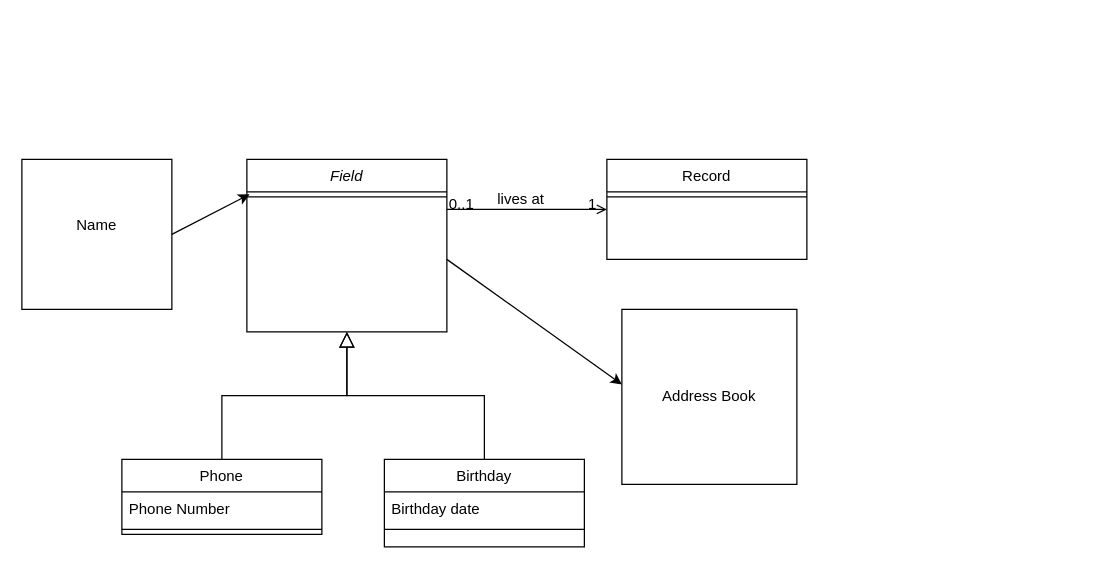
Earlier version of the draw.io diagram Диаграмма без названия.drawio (sologen1982/goit-pycore-hw-08). Source tidied: cells renumbered, new cells numbered last; positions are measured from the earlier drawing's top-left corner, leaving out a move shared by most shapes. Both pictures are drawn from the tidied source at 125%, with x=0, y=0 at pixel (21, 159).
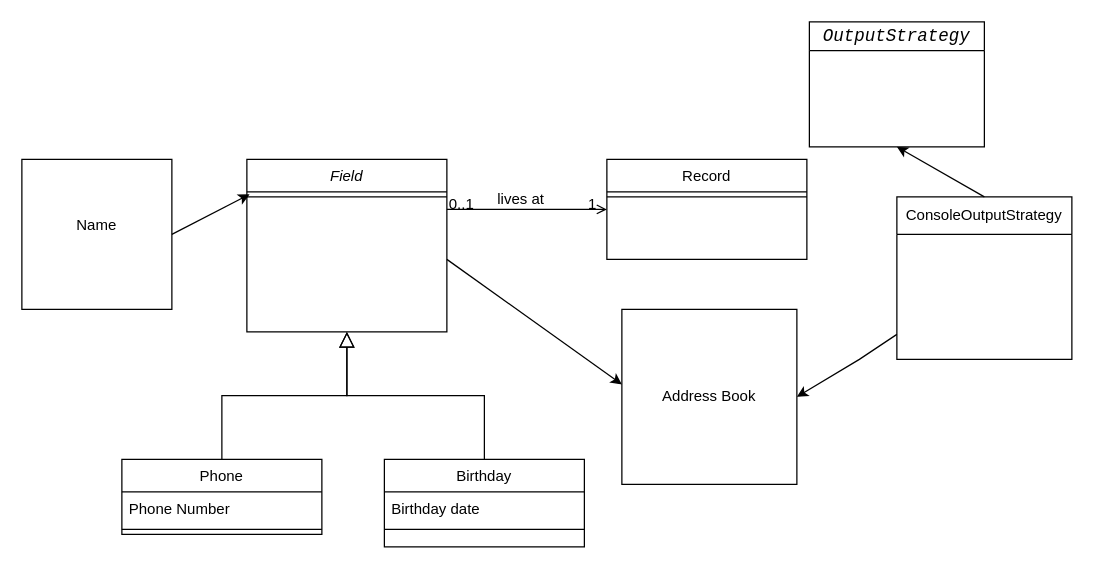
After the change.

Unchanged cells that the change refers to:
```xml
<mxCell id="20" value="Address Book" style="whiteSpace=wrap;html=1;" parent="1" vertex="1">
  <mxGeometry x="480" y="120" width="140" height="140" as="geometry" />
</mxCell>
```

Diff of the diagram source:
```diff
@@
+    <mxCell id="22" value="&lt;div style=&quot;background-color: rgb(255, 255, 255); font-family: Consolas, &amp;quot;Courier New&amp;quot;, monospace; font-weight: normal; font-size: 14px; line-height: 19px; white-space: pre;&quot;&gt;&lt;i&gt;OutputStrategy&lt;/i&gt;&lt;/div&gt;" style="swimlane;whiteSpace=wrap;html=1;" parent="1" vertex="1">
+      <mxGeometry x="630" y="-110" width="140" height="100" as="geometry" />
+    </mxCell>
+    <mxCell id="23" value="ConsoleOutputStrategy" style="swimlane;fontStyle=0;horizontal=1;startSize=30;whiteSpace=wrap;html=1;" parent="1" vertex="1">
+      <mxGeometry x="700" y="30" width="140" height="130" as="geometry" />
+    </mxCell>
+    <mxCell id="24" style="endArrow=classic;html=1;rounded=0;entryX=1;entryY=0.5;entryDx=0;entryDy=0;" parent="1" edge="1" target="20">
+      <mxGeometry relative="1" as="geometry">
+        <mxPoint x="700" y="140" as="sourcePoint" />
+        <Array as="points">
+          <mxPoint x="670" y="160" />
+        </Array>
+      </mxGeometry>
+    </mxCell>
+    <mxCell id="25" style="endArrow=classic;html=1;rounded=0;entryX=0.5;entryY=1;entryDx=0;entryDy=0;exitX=0.5;exitY=0;exitDx=0;exitDy=0;" parent="1" edge="1" source="23" target="22">
+      <mxGeometry relative="1" as="geometry" />
+    </mxCell>
```
